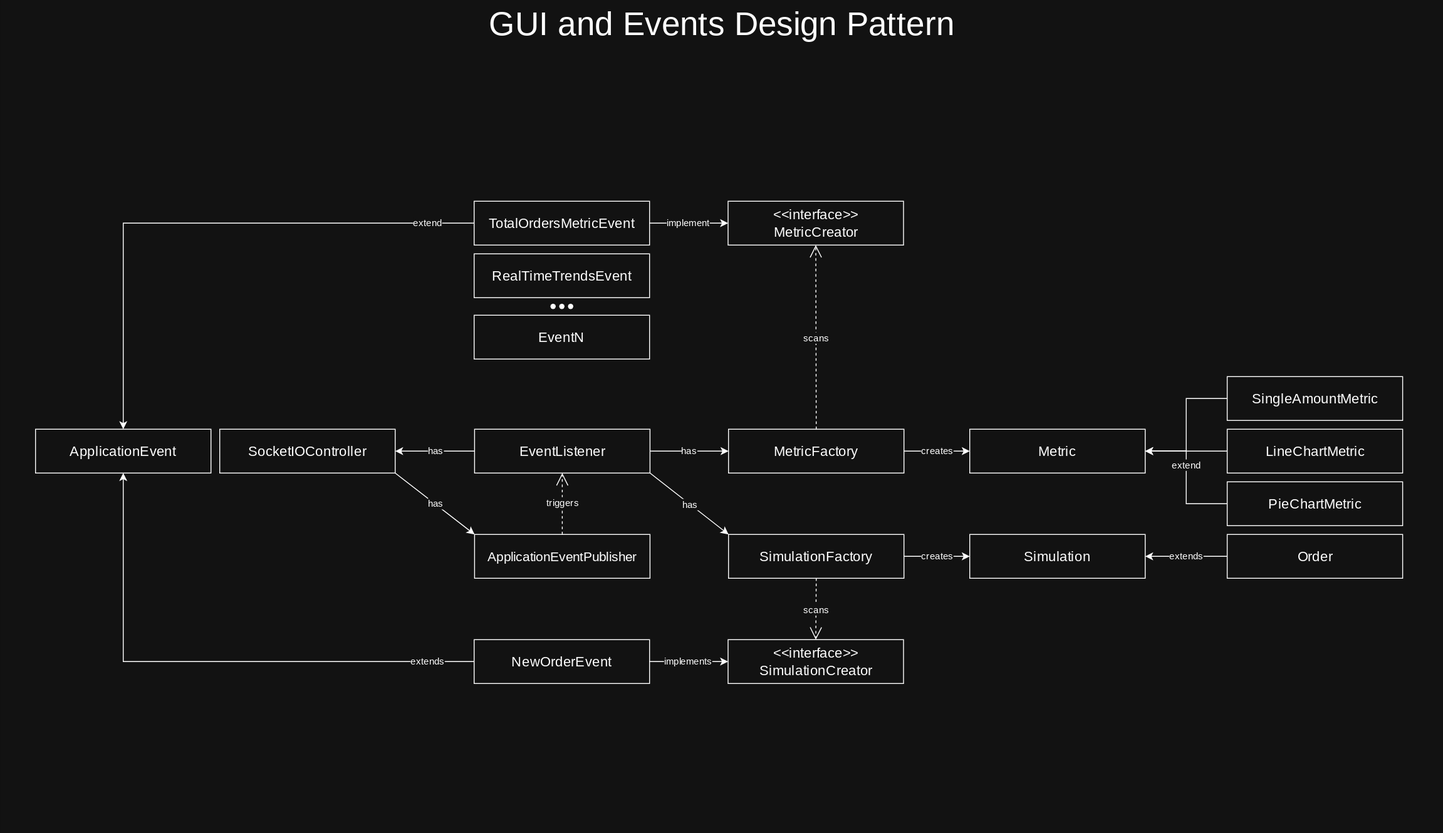
basyirGH/images keeps this draw.io diagram as eventpattern.drawio.svg. Above is the earlier version. Source tidied: cells renumbered, new cells last; positions are measured from the earlier drawing's top-left corner, leaving out a move shared by most shapes.
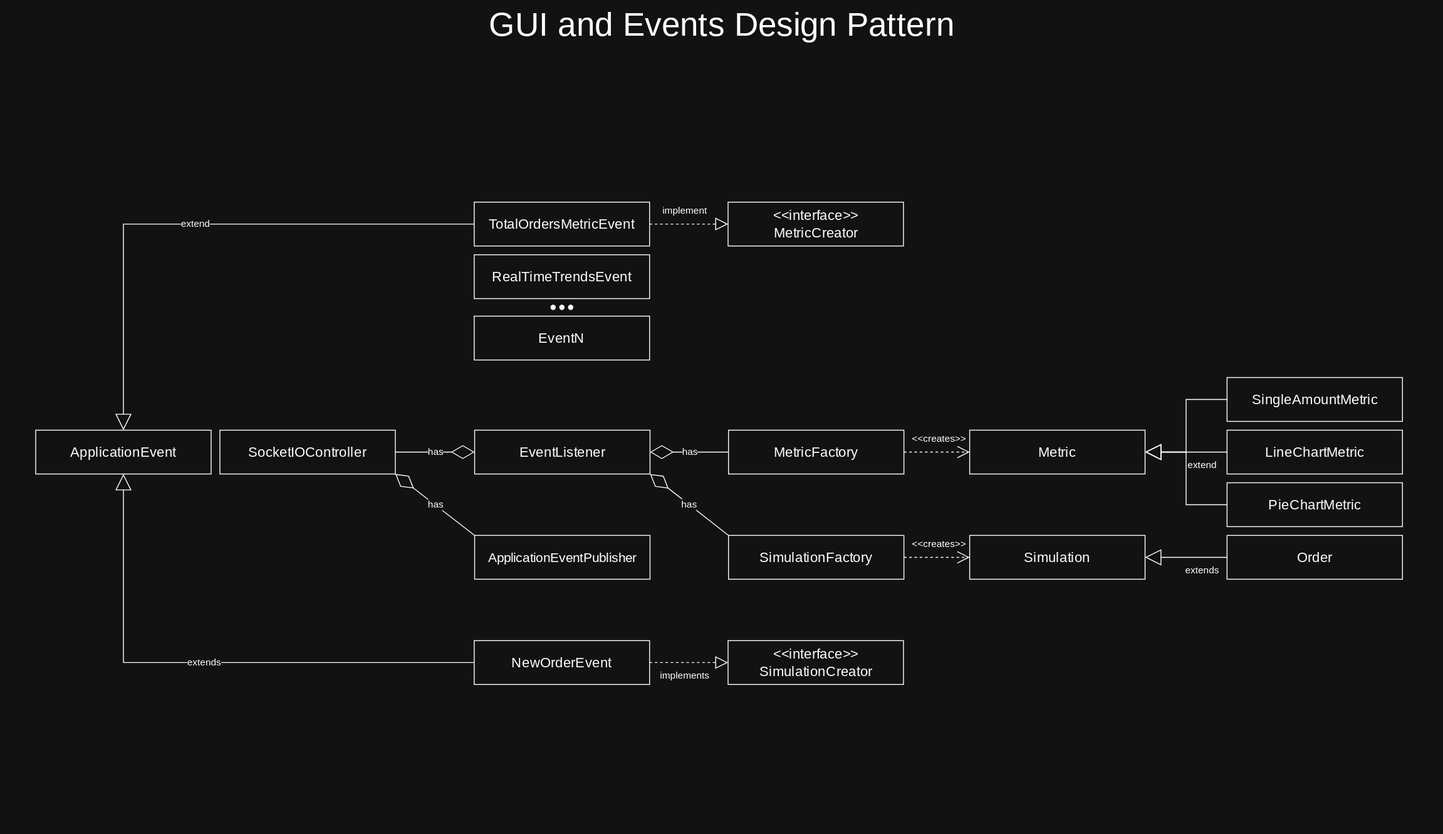
The same diagram one commit later.

Diff of the diagram source:
```diff
@@ -5,15 +5,6 @@
     <mxCell id="2" value="GUI and Events Design Pattern" style="rounded=0;whiteSpace=wrap;html=1;strokeColor=none;fillColor=#FFFFFF;glass=0;fillStyle=auto;fontFamily=Lexend;fontSource=https%3A%2F%2Ffonts.googleapis.com%2Fcss%3Ffamily%3DLexend;verticalAlign=top;fontSize=38;spacingTop=-1;" parent="1" vertex="1">
       <mxGeometry width="1645" height="950" as="geometry" />
     </mxCell>
-    <mxCell id="3" value="has" style="edgeStyle=orthogonalEdgeStyle;rounded=0;jettySize=auto;html=1;exitX=1;exitY=0.5;exitDx=0;exitDy=0;entryX=0;entryY=0.5;entryDx=0;entryDy=0;fontFamily=Lexend;fontSource=https%3A%2F%2Ffonts.googleapis.com%2Fcss%3Ffamily%3DLexend;" parent="1" edge="1" source="6" target="19">
-      <mxGeometry relative="1" as="geometry" />
-    </mxCell>
-    <mxCell id="4" value="has" style="rounded=0;jettySize=auto;html=1;exitX=1;exitY=1;exitDx=0;exitDy=0;entryX=0;entryY=0;entryDx=0;entryDy=0;fontFamily=Lexend;fontSource=https%3A%2F%2Ffonts.googleapis.com%2Fcss%3Ffamily%3DLexend;" parent="1" edge="1" source="6" target="17">
-      <mxGeometry relative="1" as="geometry" />
-    </mxCell>
-    <mxCell id="5" value="has" style="edgeStyle=orthogonalEdgeStyle;rounded=0;jettySize=auto;html=1;exitX=0;exitY=0.5;exitDx=0;exitDy=0;entryX=1;entryY=0.5;entryDx=0;entryDy=0;fontFamily=Lexend;fontSource=https%3A%2F%2Ffonts.googleapis.com%2Fcss%3Ffamily%3DLexend;" parent="1" edge="1" source="6" target="21">
-      <mxGeometry relative="1" as="geometry" />
-    </mxCell>
     <mxCell id="6" value="EventListener" style="rounded=0;whiteSpace=wrap;html=1;fontFamily=Lexend;fontSource=https%3A%2F%2Ffonts.googleapis.com%2Fcss%3Ffamily%3DLexend;fontSize=16;" parent="1" vertex="1">
       <mxGeometry x="540.5" y="490" width="200" height="50" as="geometry" />
     </mxCell>
@@ -44,21 +35,12 @@
     <mxCell id="15" value="&amp;lt;&amp;lt;interface&amp;gt;&amp;gt;&lt;div&gt;MetricCreator&lt;/div&gt;" style="rounded=0;whiteSpace=wrap;html=1;fontFamily=Lexend;fontSource=https%3A%2F%2Ffonts.googleapis.com%2Fcss%3Ffamily%3DLexend;fontSize=16;" parent="1" vertex="1">
       <mxGeometry x="829.5" y="230" width="200" height="50" as="geometry" />
     </mxCell>
-    <mxCell id="16" value="creates" style="edgeStyle=orthogonalEdgeStyle;rounded=0;jettySize=auto;html=1;exitX=1;exitY=0.5;exitDx=0;exitDy=0;entryX=0;entryY=0.5;entryDx=0;entryDy=0;fontFamily=Lexend;fontSource=https%3A%2F%2Ffonts.googleapis.com%2Fcss%3Ffamily%3DLexend;" parent="1" edge="1" source="17" target="33">
-      <mxGeometry relative="1" as="geometry" />
-    </mxCell>
     <mxCell id="17" value="SimulationFactory" style="rounded=0;whiteSpace=wrap;html=1;fontFamily=Lexend;fontSource=https%3A%2F%2Ffonts.googleapis.com%2Fcss%3Ffamily%3DLexend;fontSize=16;" parent="1" vertex="1">
       <mxGeometry x="830" y="610" width="200" height="50" as="geometry" />
     </mxCell>
-    <mxCell id="18" value="creates" style="edgeStyle=orthogonalEdgeStyle;rounded=0;jettySize=auto;html=1;exitX=1;exitY=0.5;exitDx=0;exitDy=0;entryX=0;entryY=0.5;entryDx=0;entryDy=0;fontFamily=Lexend;fontSource=https%3A%2F%2Ffonts.googleapis.com%2Fcss%3Ffamily%3DLexend;" parent="1" edge="1" source="19" target="36">
-      <mxGeometry relative="1" as="geometry" />
-    </mxCell>
     <mxCell id="19" value="MetricFactory" style="rounded=0;whiteSpace=wrap;html=1;fontFamily=Lexend;fontSource=https%3A%2F%2Ffonts.googleapis.com%2Fcss%3Ffamily%3DLexend;fontSize=16;" parent="1" vertex="1">
       <mxGeometry x="830" y="490" width="200" height="50" as="geometry" />
     </mxCell>
-    <mxCell id="20" value="has" style="rounded=0;jettySize=auto;html=1;exitX=1;exitY=1;exitDx=0;exitDy=0;entryX=0;entryY=0;entryDx=0;entryDy=0;fontFamily=Lexend;fontSource=https%3A%2F%2Ffonts.googleapis.com%2Fcss%3Ffamily%3DLexend;" parent="1" edge="1" source="21" target="27">
-      <mxGeometry relative="1" as="geometry" />
-    </mxCell>
     <mxCell id="21" value="SocketIOController" style="rounded=0;whiteSpace=wrap;html=1;fontFamily=Lexend;fontSource=https%3A%2F%2Ffonts.googleapis.com%2Fcss%3Ffamily%3DLexend;fontSize=16;" parent="1" vertex="1">
       <mxGeometry x="250" y="490" width="200" height="50" as="geometry" />
     </mxCell>
@@ -68,39 +50,18 @@
     <mxCell id="23" value="&amp;lt;&amp;lt;interface&amp;gt;&amp;gt;&lt;div&gt;SimulationCreator&lt;/div&gt;" style="rounded=0;whiteSpace=wrap;html=1;fontFamily=Lexend;fontSource=https%3A%2F%2Ffonts.googleapis.com%2Fcss%3Ffamily%3DLexend;fontSize=16;" parent="1" vertex="1">
       <mxGeometry x="829.5" y="730" width="200" height="50" as="geometry" />
     </mxCell>
-    <mxCell id="24" value="implements" style="edgeStyle=orthogonalEdgeStyle;rounded=0;jettySize=auto;html=1;exitX=1;exitY=0.5;exitDx=0;exitDy=0;entryX=0;entryY=0.5;entryDx=0;entryDy=0;fontFamily=Lexend;fontSource=https%3A%2F%2Ffonts.googleapis.com%2Fcss%3Ffamily%3DLexend;" parent="1" edge="1" source="26" target="23">
-      <mxGeometry relative="1" as="geometry" />
-    </mxCell>
-    <mxCell id="25" value="extends" style="edgeStyle=orthogonalEdgeStyle;rounded=0;jettySize=auto;html=1;exitX=0;exitY=0.5;exitDx=0;exitDy=0;entryX=0.5;entryY=1;entryDx=0;entryDy=0;fontFamily=Lexend;fontSource=https%3A%2F%2Ffonts.googleapis.com%2Fcss%3Ffamily%3DLexend;" parent="1" edge="1" source="26" target="22">
-      <mxGeometry x="-0.83" relative="1" as="geometry" />
-    </mxCell>
     <mxCell id="26" value="NewOrderEvent" style="rounded=0;whiteSpace=wrap;html=1;fontFamily=Lexend;fontSource=https%3A%2F%2Ffonts.googleapis.com%2Fcss%3Ffamily%3DLexend;fontSize=16;" parent="1" vertex="1">
       <mxGeometry x="540" y="730" width="200" height="50" as="geometry" />
     </mxCell>
     <mxCell id="27" value="&lt;font style=&quot;font-size: 15px;&quot;&gt;ApplicationEventPublisher&lt;/font&gt;" style="rounded=0;whiteSpace=wrap;html=1;fontFamily=Lexend;fontSource=https%3A%2F%2Ffonts.googleapis.com%2Fcss%3Ffamily%3DLexend;fontSize=16;" parent="1" vertex="1">
       <mxGeometry x="540.5" y="610" width="200" height="50" as="geometry" />
     </mxCell>
-    <mxCell id="28" value="scans" style="endArrow=open;endSize=12;dashed=1;html=1;rounded=0;exitX=0.5;exitY=1;exitDx=0;exitDy=0;entryX=0.5;entryY=0;entryDx=0;entryDy=0;fontFamily=Lexend;fontSource=https%3A%2F%2Ffonts.googleapis.com%2Fcss%3Ffamily%3DLexend;" parent="1" edge="1" source="17" target="23">
-      <mxGeometry relative="1" as="geometry" />
-    </mxCell>
-    <mxCell id="29" value="scans" style="endArrow=open;endSize=12;dashed=1;html=1;rounded=0;exitX=0.5;exitY=0;exitDx=0;exitDy=0;entryX=0.5;entryY=1;entryDx=0;entryDy=0;fontFamily=Lexend;fontSource=https%3A%2F%2Ffonts.googleapis.com%2Fcss%3Ffamily%3DLexend;" parent="1" edge="1" source="19" target="15">
-      <mxGeometry relative="1" as="geometry" />
-    </mxCell>
-    <mxCell id="30" value="implement" style="edgeStyle=orthogonalEdgeStyle;rounded=0;jettySize=auto;html=1;exitX=1;exitY=0.5;exitDx=0;exitDy=0;entryX=0;entryY=0.5;entryDx=0;entryDy=0;fontFamily=Lexend;fontSource=https%3A%2F%2Ffonts.googleapis.com%2Fcss%3Ffamily%3DLexend;" parent="1" edge="1" source="9" target="15">
-      <mxGeometry relative="1" as="geometry" />
-    </mxCell>
-    <mxCell id="31" style="edgeStyle=orthogonalEdgeStyle;rounded=0;jettySize=auto;html=1;exitX=0;exitY=0.5;exitDx=0;exitDy=0;entryX=1;entryY=0.5;entryDx=0;entryDy=0;fontFamily=Lexend;fontSource=https%3A%2F%2Ffonts.googleapis.com%2Fcss%3Ffamily%3DLexend;" parent="1" edge="1" source="32" target="36">
-      <mxGeometry relative="1" as="geometry" />
-    </mxCell>
     <mxCell id="32" value="PieChartMetric" style="rounded=0;whiteSpace=wrap;html=1;fontFamily=Lexend;fontSource=https%3A%2F%2Ffonts.googleapis.com%2Fcss%3Ffamily%3DLexend;fontSize=16;" parent="1" vertex="1">
       <mxGeometry x="1398.5" y="550" width="200" height="50" as="geometry" />
     </mxCell>
     <mxCell id="33" value="Simulation" style="rounded=0;whiteSpace=wrap;html=1;fontFamily=Lexend;fontSource=https%3A%2F%2Ffonts.googleapis.com%2Fcss%3Ffamily%3DLexend;fontSize=16;" parent="1" vertex="1">
       <mxGeometry x="1105" y="610" width="200" height="50" as="geometry" />
     </mxCell>
-    <mxCell id="34" value="extends" style="edgeStyle=orthogonalEdgeStyle;rounded=0;jettySize=auto;html=1;exitX=0;exitY=0.5;exitDx=0;exitDy=0;entryX=1;entryY=0.5;entryDx=0;entryDy=0;fontFamily=Lexend;fontSource=https%3A%2F%2Ffonts.googleapis.com%2Fcss%3Ffamily%3DLexend;" parent="1" edge="1" source="35" target="33">
-      <mxGeometry relative="1" as="geometry" />
-    </mxCell>
     <mxCell id="35" value="Order" style="rounded=0;whiteSpace=wrap;html=1;fontFamily=Lexend;fontSource=https%3A%2F%2Ffonts.googleapis.com%2Fcss%3Ffamily%3DLexend;fontSize=16;" parent="1" vertex="1">
       <mxGeometry x="1398.5" y="610" width="200" height="50" as="geometry" />
     </mxCell>
@@ -110,28 +71,53 @@
     <mxCell id="37" style="edgeStyle=orthogonalEdgeStyle;rounded=0;orthogonalLoop=1;jettySize=auto;html=1;exitX=0.5;exitY=1;exitDx=0;exitDy=0;fontFamily=Lexend;fontSource=https%3A%2F%2Ffonts.googleapis.com%2Fcss%3Ffamily%3DLexend;fontSize=16;" parent="1" edge="1" source="36" target="36">
       <mxGeometry relative="1" as="geometry" />
     </mxCell>
-    <mxCell id="38" style="edgeStyle=orthogonalEdgeStyle;rounded=0;jettySize=auto;html=1;exitX=0;exitY=0.5;exitDx=0;exitDy=0;fontFamily=Lexend;fontSource=https%3A%2F%2Ffonts.googleapis.com%2Fcss%3Ffamily%3DLexend;" parent="1" edge="1" source="42" target="36">
-      <mxGeometry relative="1" as="geometry" />
-    </mxCell>
-    <mxCell id="39" value="extend" style="edgeLabel;html=1;align=center;verticalAlign=middle;fontFamily=Lexend;fontSource=https%3A%2F%2Ffonts.googleapis.com%2Fcss%3Ffamily%3DLexend;labelBackgroundColor=#FFFFFF;" parent="38" vertex="1">
-      <mxGeometry x="-0.33" relative="1" as="geometry">
-        <mxPoint x="-17" y="15" as="offset" />
-      </mxGeometry>
-    </mxCell>
-    <mxCell id="40" style="edgeStyle=orthogonalEdgeStyle;rounded=0;jettySize=auto;html=1;exitX=0;exitY=0.5;exitDx=0;exitDy=0;entryX=1;entryY=0.5;entryDx=0;entryDy=0;fontFamily=Lexend;fontSource=https%3A%2F%2Ffonts.googleapis.com%2Fcss%3Ffamily%3DLexend;" parent="1" edge="1" source="41" target="36">
-      <mxGeometry relative="1" as="geometry" />
-    </mxCell>
     <mxCell id="41" value="SingleAmountMetric" style="rounded=0;whiteSpace=wrap;html=1;fontFamily=Lexend;fontSource=https%3A%2F%2Ffonts.googleapis.com%2Fcss%3Ffamily%3DLexend;fontSize=16;" parent="1" vertex="1">
       <mxGeometry x="1398.5" y="430" width="200" height="50" as="geometry" />
     </mxCell>
     <mxCell id="42" value="LineChartMetric" style="rounded=0;whiteSpace=wrap;html=1;fontFamily=Lexend;fontSource=https%3A%2F%2Ffonts.googleapis.com%2Fcss%3Ffamily%3DLexend;fontSize=16;" parent="1" vertex="1">
       <mxGeometry x="1398.5" y="490" width="200" height="50" as="geometry" />
     </mxCell>
-    <mxCell id="43" value="extend" style="edgeStyle=orthogonalEdgeStyle;rounded=0;jettySize=auto;html=1;exitX=0;exitY=0.5;exitDx=0;exitDy=0;entryX=0.5;entryY=0;entryDx=0;entryDy=0;fontFamily=Lexend;fontSource=https%3A%2F%2Ffonts.googleapis.com%2Fcss%3Ffamily%3DLexend;" parent="1" edge="1" source="9" target="22">
-      <mxGeometry x="-0.83" relative="1" as="geometry" />
+    <mxCell id="43" value="extend" style="endArrow=block;endSize=16;endFill=0;html=1;rounded=0;exitX=0;exitY=0.5;exitDx=0;exitDy=0;entryX=0.5;entryY=0;entryDx=0;entryDy=0;edgeStyle=orthogonalEdgeStyle;" parent="1" edge="1" source="9" target="22">
+      <mxGeometry relative="1" as="geometry" />
     </mxCell>
-    <mxCell id="44" value="triggers" style="endArrow=open;endSize=12;dashed=1;html=1;rounded=0;exitX=0.5;exitY=0;exitDx=0;exitDy=0;entryX=0.5;entryY=1;entryDx=0;entryDy=0;fontFamily=Lexend;fontSource=https%3A%2F%2Ffonts.googleapis.com%2Fcss%3Ffamily%3DLexend;" parent="1" edge="1" source="27" target="6">
-      <mxGeometry relative="1" as="geometry" />
-    </mxCell>
+    <mxCell id="25" value="extends" style="endArrow=block;endSize=16;endFill=0;html=1;rounded=0;exitX=0;exitY=0.5;exitDx=0;exitDy=0;entryX=0.5;entryY=1;entryDx=0;entryDy=0;edgeStyle=orthogonalEdgeStyle;" parent="1" edge="1" source="26" target="22">
+      <mxGeometry relative="1" as="geometry" />
+    </mxCell>
+    <mxCell id="45" value="has" style="endArrow=diamondThin;endFill=0;endSize=24;html=1;rounded=0;exitX=1;exitY=0.5;exitDx=0;exitDy=0;entryX=0;entryY=0.5;entryDx=0;entryDy=0;" parent="1" edge="1" source="21" target="6">
+      <mxGeometry relative="1" as="geometry" />
+    </mxCell>
+    <mxCell id="46" value="has" style="endArrow=diamondThin;endFill=0;endSize=24;html=1;rounded=0;entryX=1;entryY=0.5;entryDx=0;entryDy=0;exitX=0;exitY=0.5;exitDx=0;exitDy=0;" parent="1" edge="1" source="19" target="6">
+      <mxGeometry relative="1" as="geometry" />
+    </mxCell>
+    <mxCell id="47" value="has" style="endArrow=diamondThin;endFill=0;endSize=24;html=1;rounded=0;exitX=0;exitY=0;exitDx=0;exitDy=0;entryX=1;entryY=1;entryDx=0;entryDy=0;" parent="1" edge="1" source="17" target="6">
+      <mxGeometry relative="1" as="geometry" />
+    </mxCell>
+    <mxCell id="48" value="has" style="endArrow=diamondThin;endFill=0;endSize=24;html=1;rounded=0;entryX=1;entryY=1;entryDx=0;entryDy=0;exitX=0;exitY=0;exitDx=0;exitDy=0;" parent="1" edge="1" source="27" target="21">
+      <mxGeometry relative="1" as="geometry" />
+    </mxCell>
+    <mxCell id="30" value="implement" style="endArrow=block;dashed=1;endFill=0;endSize=12;html=1;rounded=0;exitX=1;exitY=0.5;exitDx=0;exitDy=0;entryX=0;entryY=0.5;entryDx=0;entryDy=0;" parent="1" edge="1" source="9" target="15">
+      <mxGeometry x="-0.11" y="15" relative="1" as="geometry" />
+    </mxCell>
+    <mxCell id="24" value="implements" style="endArrow=block;dashed=1;endFill=0;endSize=12;html=1;rounded=0;exitX=1;exitY=0.5;exitDx=0;exitDy=0;entryX=0;entryY=0.5;entryDx=0;entryDy=0;" parent="1" edge="1" source="26" target="23">
+      <mxGeometry x="-0.11" y="-15" relative="1" as="geometry" />
+    </mxCell>
+    <mxCell id="38" value="extend" style="endArrow=block;endSize=16;endFill=0;html=1;rounded=0;exitX=0;exitY=0.5;exitDx=0;exitDy=0;entryX=1;entryY=0.5;entryDx=0;entryDy=0;" parent="1" edge="1" source="42" target="36">
+      <mxGeometry x="-0.39" y="15" relative="1" as="geometry" />
+    </mxCell>
+    <mxCell id="40" style="endArrow=block;endSize=16;endFill=0;html=1;rounded=0;exitX=0;exitY=0.5;exitDx=0;exitDy=0;entryX=1;entryY=0.5;entryDx=0;entryDy=0;edgeStyle=orthogonalEdgeStyle;" parent="1" edge="1" source="41" target="36">
+      <mxGeometry relative="1" as="geometry" />
+    </mxCell>
+    <mxCell id="31" style="endArrow=block;endSize=16;endFill=0;html=1;rounded=0;exitX=0;exitY=0.5;exitDx=0;exitDy=0;entryX=1;entryY=0.5;entryDx=0;entryDy=0;edgeStyle=orthogonalEdgeStyle;" parent="1" edge="1" source="32" target="36">
+      <mxGeometry relative="1" as="geometry" />
+    </mxCell>
+    <mxCell id="34" value="extends" style="endArrow=block;endSize=16;endFill=0;html=1;rounded=0;exitX=0;exitY=0.5;exitDx=0;exitDy=0;entryX=1;entryY=0.5;entryDx=0;entryDy=0;" parent="1" edge="1" source="35" target="33">
+      <mxGeometry x="-0.39" y="15" relative="1" as="geometry" />
+    </mxCell>
+    <mxCell id="18" value="&amp;lt;&amp;lt;creates&amp;gt;&amp;gt;" style="endArrow=open;endSize=12;dashed=1;html=1;rounded=0;exitX=1;exitY=0.5;exitDx=0;exitDy=0;entryX=0;entryY=0.5;entryDx=0;entryDy=0;" parent="1" edge="1" source="19" target="36">
+      <mxGeometry x="0.07" y="15" relative="1" as="geometry" />
+    </mxCell>
+    <mxCell id="16" value="&amp;lt;&amp;lt;creates&amp;gt;&amp;gt;" style="endArrow=open;endSize=12;dashed=1;html=1;rounded=0;exitX=1;exitY=0.5;exitDx=0;exitDy=0;entryX=0;entryY=0.5;entryDx=0;entryDy=0;" parent="1" edge="1" source="17" target="33">
+      <mxGeometry x="0.07" y="15" relative="1" as="geometry" />
+    </mxCell>
   </root>
 </mxGraphModel>
```
